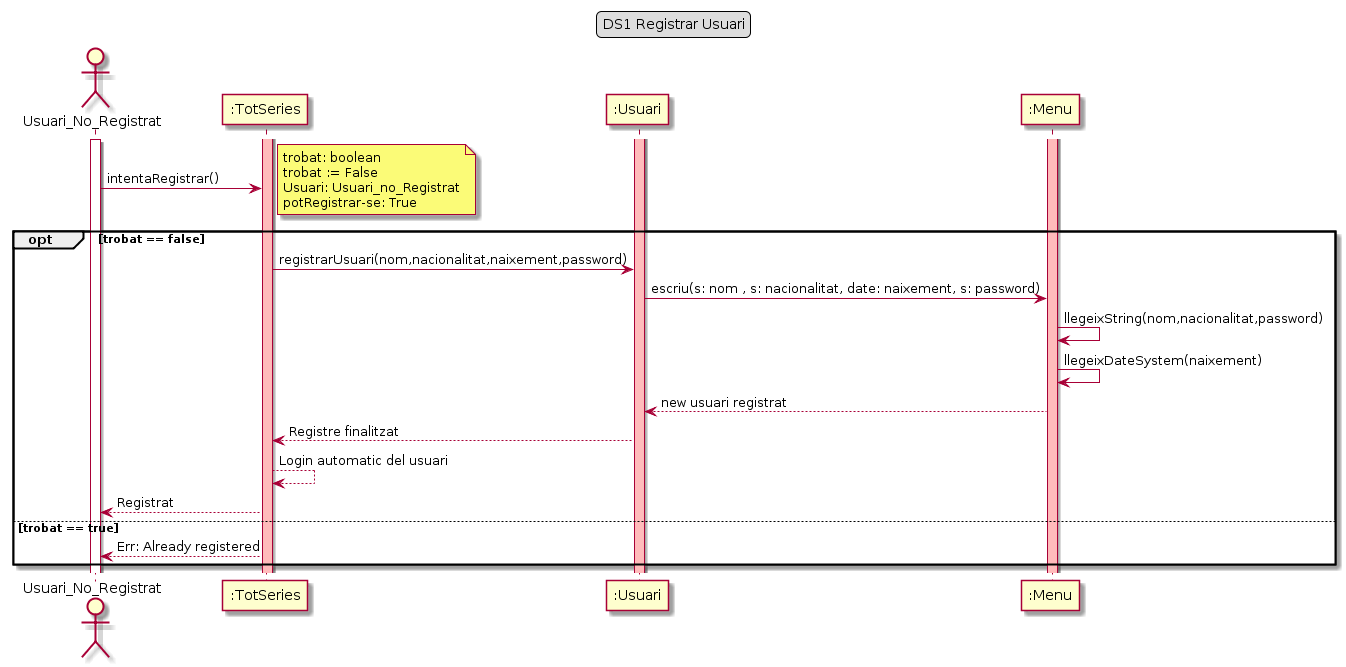
Ralleg314/DS keeps this PlantUML diagram as Lab4/DS/DS1 RegistrarUser.png. Above is the earlier version.
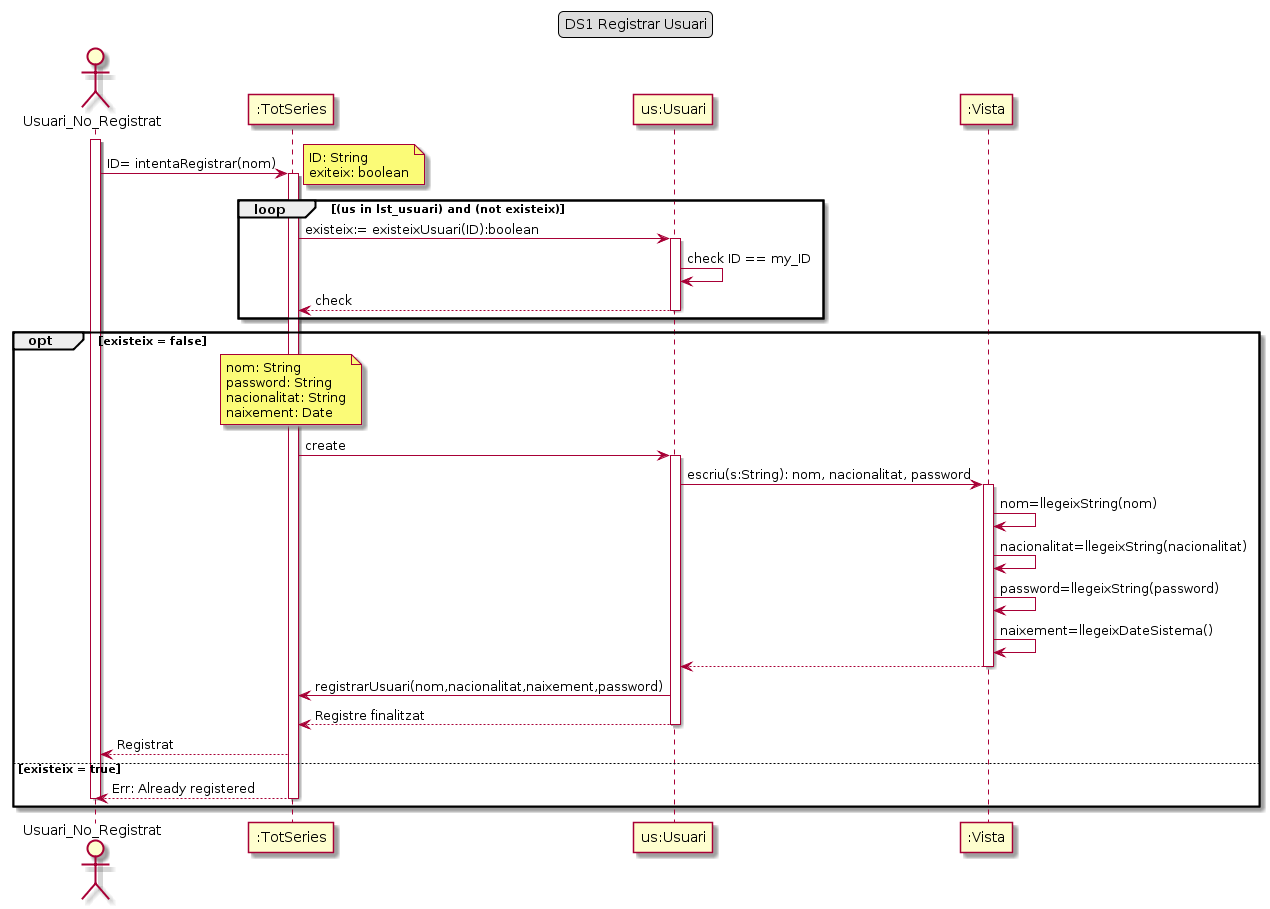
Later version of the same file.

Change to the diagram source:
```diff
@@ -7,30 +7,54 @@
 activate usuari
 
 participant ":TotSeries" as TS
-participant ":Usuari" as us
-participant ":Menu" as menu
+participant "us:Usuari" as us
+participant ":Vista" as menu
 
-usuari -> TS: intentaRegistrar()
+usuari -> TS: ID= intentaRegistrar(nom)
 note right
-    trobat: boolean
-    trobat := False
-    Usuari: Usuari_no_Registrat
-    potRegistrar-se: True
+    ID: String
+    exiteix: boolean
+end note
+activate TS
+
+loop (us in lst_usuari) and (not existeix)
+TS -> us: existeix:= existeixUsuari(ID):boolean
+activate us
+us -> us: check ID == my_ID
+us --> TS: check
+deactivate us
+end
+
+opt existeix = false
+note over TS
+    nom: String
+    password: String
+    nacionalitat: String
+    naixement: Date
 end note
 
-opt trobat == false
-TS -> us: registrarUsuari(nom,nacionalitat,naixement,password)
-us -> menu: escriu(s: nom , s: nacionalitat, date: naixement, s: password)
-menu -> menu: llegeixString(nom,nacionalitat,password)
-menu -> menu: llegeixDateSystem(naixement)
-menu ---> us: new usuari registrat
+TS -> us: create
+activate us
+us -> menu: escriu(s:String): nom, nacionalitat, password
+activate menu
+
+
+menu -> menu: nom=llegeixString(nom)
+menu -> menu: nacionalitat=llegeixString(nacionalitat)
+menu -> menu: password=llegeixString(password)
+menu -> menu: naixement=llegeixDateSistema()
+menu --> us
+deactivate menu
+
+TS <- us: registrarUsuari(nom,nacionalitat,naixement,password)
 us --> TS: Registre finalitzat
-TS ---> TS: Login automatic del usuari
-TS ---> usuari: Registrat
-else trobat == true
+deactivate us
+TS --> usuari: Registrat
+
+else existeix = true
+
 TS --> usuari: Err: Already registered
+deactivate TS
+deactivate usuari
 end
-activate TS #ffbbbb
-activate us #ffbbbb
-activate menu #ffbbbb
 @enduml
```
